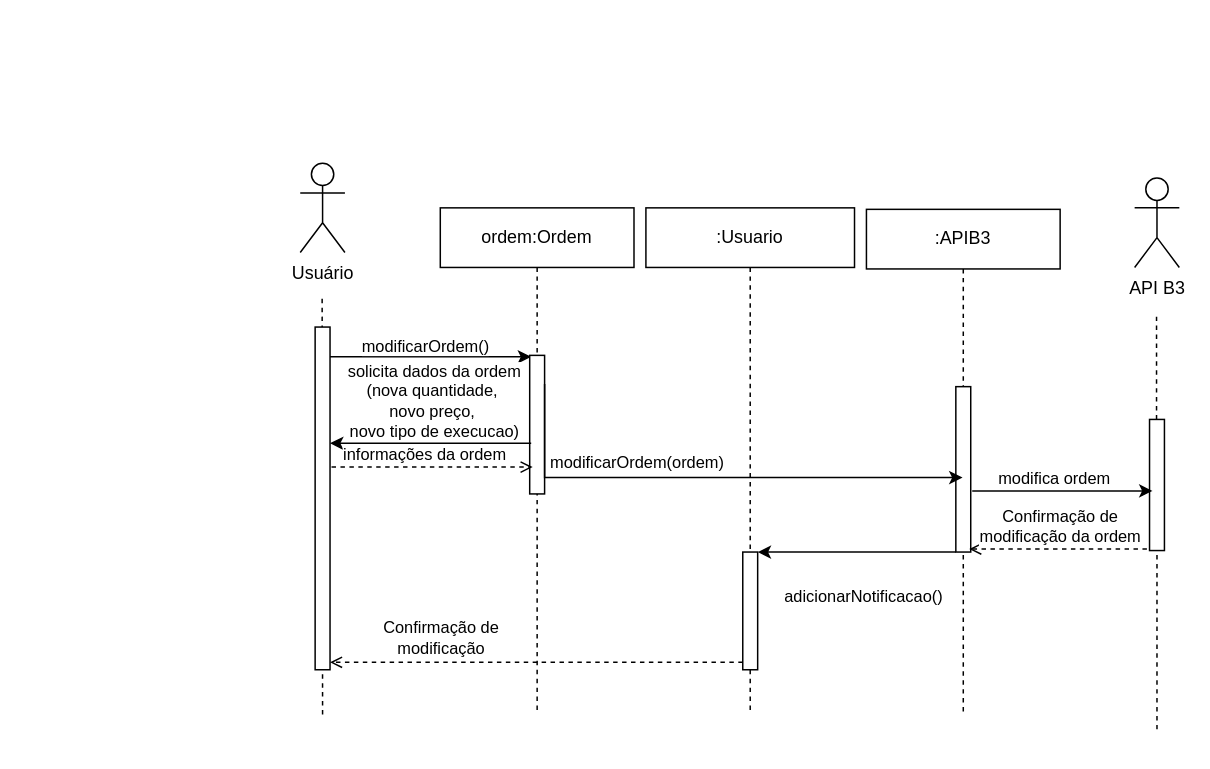
Earlier version of the draw.io diagram diagrama_sequencia/Diagrama_Sequencia_UC10.drawio (gb-cs-rt/home_broker). Source tidied: cells renumbered, new cells numbered last; positions are measured from the earlier drawing's top-left corner, leaving out a move shared by most shapes. Both pictures are drawn from the tidied source at 149%, with x=0, y=0 at pixel (299, 162).
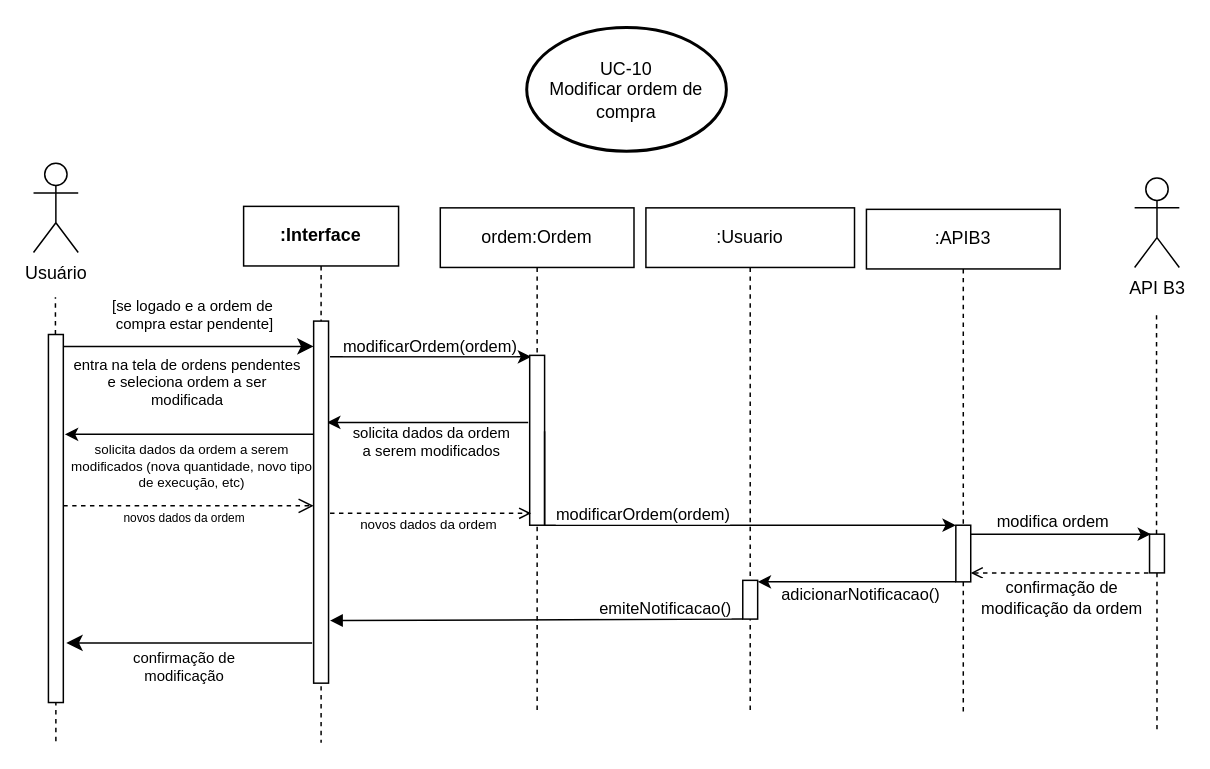
After the change.

Unchanged cells that the change refers to:
```xml
<mxCell id="4" style="edgeStyle=orthogonalEdgeStyle;rounded=0;orthogonalLoop=1;jettySize=auto;html=1;curved=0;" parent="1" edge="1">
  <mxGeometry relative="1" as="geometry">
    <mxPoint x="20" y="130" as="sourcePoint" />
    <mxPoint x="155" y="130" as="targetPoint" />
  </mxGeometry>
</mxCell>
<mxCell id="7" value=":Usuario" style="shape=umlLifeline;perimeter=lifelinePerimeter;whiteSpace=wrap;html=1;newEdgeStyle={&quot;curved&quot;:0,&quot;rounded&quot;:0};" parent="1" vertex="1">
  <mxGeometry x="232" y="30" width="140" height="340" as="geometry" />
</mxCell>
<mxCell id="9" value=":APIB3" style="shape=umlLifeline;perimeter=lifelinePerimeter;whiteSpace=wrap;html=1;outlineConnect=0;portConstraint=eastwest;newEdgeStyle={&quot;curved&quot;:0,&quot;rounded&quot;:0};" parent="1" vertex="1">
  <mxGeometry x="380" y="31" width="130" height="339" as="geometry" />
</mxCell>
<mxCell id="13" value="ordem:Ordem" style="shape=umlLifeline;perimeter=lifelinePerimeter;whiteSpace=wrap;html=1;newEdgeStyle={&quot;curved&quot;:0,&quot;rounded&quot;:0};" parent="1" vertex="1">
  <mxGeometry x="94" y="30" width="130" height="340" as="geometry" />
</mxCell>
```

What changed in the source:
```diff
@@
     <mxCell id="2" value="Usuário" style="shape=umlActor;verticalLabelPosition=bottom;verticalAlign=top;html=1;" parent="1" vertex="1">
-      <mxGeometry width="30" height="60" as="geometry" />
+      <mxGeometry x="-179" width="30" height="60" as="geometry" />
     </mxCell>
-    <mxCell id="3" style="endArrow=none;dashed=1;html=1;rounded=0;" parent="1" edge="1">
+    <mxCell id="3" style="endArrow=none;dashed=1;html=1;rounded=0;" parent="1" edge="1" source="6">
       <mxGeometry relative="1" as="geometry">
-        <mxPoint x="15" y="370" as="sourcePoint" />
-        <mxPoint x="14.7" y="90" as="targetPoint" />
+        <mxPoint x="-164.3" y="90" as="targetPoint" />
       </mxGeometry>
     </mxCell>
@@
-    <mxCell id="5" value="modificarOrdem()" style="edgeLabel;html=1;align=center;verticalAlign=middle;" parent="4" vertex="1">
+    <mxCell id="5" value="modificarOrdem(ordem)" style="edgeLabel;html=1;align=center;verticalAlign=middle;" parent="4" vertex="1">
       <mxGeometry x="-0.13" y="1" relative="1" as="geometry">
-        <mxPoint x="4" y="-7" as="offset" />
+        <mxPoint x="7" y="-7" as="offset" />
       </mxGeometry>
     </mxCell>
-    <mxCell id="6" style="html=1;points=[[0,0,0,0,5],[0,1,0,0,-5],[1,0,0,0,5],[1,1,0,0,-5]];perimeter=orthogonalPerimeter;outlineConnect=0;targetShapes=umlLifeline;portConstraint=eastwest;newEdgeStyle={&quot;curved&quot;:0,&quot;rounded&quot;:0};" parent="1" vertex="1">
-      <mxGeometry x="10" y="110" width="10" height="230" as="geometry" />
-    </mxCell>
@@
     <mxCell id="8" style="html=1;points=[[0,0,0,0,5],[0,1,0,0,-5],[1,0,0,0,5],[1,1,0,0,-5]];perimeter=orthogonalPerimeter;outlineConnect=0;targetShapes=umlLifeline;portConstraint=eastwest;newEdgeStyle={&quot;curved&quot;:0,&quot;rounded&quot;:0};" parent="7" vertex="1">
-      <mxGeometry x="65" y="231" width="10" height="79" as="geometry" />
+      <mxGeometry x="65" y="250" width="10" height="26" as="geometry" />
     </mxCell>
@@
     <mxCell id="10" style="html=1;points=[[0,0,0,0,5],[0,1,0,0,-5],[1,0,0,0,5],[1,1,0,0,-5]];perimeter=orthogonalPerimeter;outlineConnect=0;targetShapes=umlLifeline;portConstraint=eastwest;newEdgeStyle={&quot;curved&quot;:0,&quot;rounded&quot;:0};" parent="9" vertex="1">
-      <mxGeometry x="60" y="119" width="10" height="111" as="geometry" />
+      <mxGeometry x="60" y="212" width="10" height="38" as="geometry" />
     </mxCell>
-    <mxCell id="11" style="edgeStyle=none;jettySize=auto;html=1;rounded=0;dashed=1;startArrow=none;startFill=0;endArrow=open;endFill=0;exitX=0;exitY=1;exitDx=0;exitDy=-5;exitPerimeter=0;" parent="1" edge="1" source="8" target="6">
-      <mxGeometry relative="1" as="geometry" />
-    </mxCell>
-    <mxCell id="12" value="Confirmação de&amp;nbsp;&lt;div&gt;modificação&amp;nbsp;&lt;/div&gt;" style="edgeLabel;html=1;align=center;verticalAlign=middle;" parent="11" vertex="1">
-      <mxGeometry x="-0.16" y="1" relative="1" as="geometry">
-        <mxPoint x="-86" y="-18" as="offset" />
-      </mxGeometry>
-    </mxCell>
@@
     <mxCell id="14" style="html=1;perimeter=orthogonalPerimeter;targetShapes=umlLifeline;newEdgeStyle={&quot;curved&quot;:0,&quot;rounded&quot;:0};" parent="13" vertex="1">
-      <mxGeometry x="60" y="99" width="10" height="93" as="geometry" />
+      <mxGeometry x="60" y="99" width="10" height="114" as="geometry" />
     </mxCell>
-    <mxCell id="15" style="endArrow=classic;html=1;rounded=0;" parent="1" edge="1" source="10" target="8">
-      <mxGeometry relative="1" as="geometry" />
+    <mxCell id="15" style="endArrow=classic;html=1;rounded=0;" parent="1" edge="1">
+      <mxGeometry relative="1" as="geometry">
+        <mxPoint x="440" y="281" as="sourcePoint" />
+        <mxPoint x="307" y="281" as="targetPoint" />
+      </mxGeometry>
     </mxCell>
     <mxCell id="16" value="adicionarNotificacao()" style="edgeLabel;html=1;align=center;verticalAlign=middle;" parent="15" vertex="1">
       <mxGeometry x="0.33" y="-2" relative="1" as="geometry">
-        <mxPoint x="25" y="31" as="offset" />
+        <mxPoint x="23" y="10" as="offset" />
       </mxGeometry>
     </mxCell>
-    <mxCell id="17" style="edgeStyle=orthogonalEdgeStyle;rounded=0;jettySize=auto;html=1;curved=0;exitX=1;exitY=1;exitDx=0;exitDy=0;exitPerimeter=0;" parent="1" edge="1" target="9">
+    <mxCell id="17" style="edgeStyle=orthogonalEdgeStyle;rounded=0;orthogonalLoop=1;jettySize=auto;html=1;curved=0;exitX=1;exitY=1;exitDx=0;exitDy=0;exitPerimeter=0;" parent="1" edge="1">
       <mxGeometry relative="1" as="geometry">
-        <mxPoint x="164" y="148.2" as="sourcePoint" />
+        <mxPoint x="164" y="180" as="sourcePoint" />
+        <mxPoint x="440" y="243" as="targetPoint" />
         <Array as="points">
-          <mxPoint x="164" y="211" />
+          <mxPoint x="164" y="243" />
         </Array>
       </mxGeometry>
     </mxCell>
     <mxCell id="18" value="modificarOrdem(ordem)" style="edgeLabel;html=1;align=center;verticalAlign=middle;" parent="17" vertex="1">
       <mxGeometry x="-0.13" y="1" relative="1" as="geometry">
-        <mxPoint x="-25" y="-10" as="offset" />
+        <mxPoint x="-19" y="-7" as="offset" />
       </mxGeometry>
     </mxCell>
@@
     <mxCell id="22" style="html=1;points=[[0,0,0,0,5],[0,1,0,0,-5],[1,0,0,0,5],[1,1,0,0,-5]];perimeter=orthogonalPerimeter;outlineConnect=0;targetShapes=umlLifeline;portConstraint=eastwest;newEdgeStyle={&quot;curved&quot;:0,&quot;rounded&quot;:0};" parent="1" vertex="1">
-      <mxGeometry x="570" y="172" width="10" height="88" as="geometry" />
+      <mxGeometry x="570" y="249" width="10" height="26" as="geometry" />
     </mxCell>
     <mxCell id="23" style="endArrow=classic;html=1;rounded=0;" parent="1" edge="1">
       <mxGeometry relative="1" as="geometry">
-        <mxPoint x="451" y="220" as="sourcePoint" />
-        <mxPoint x="572" y="220" as="targetPoint" />
+        <mxPoint x="450" y="249" as="sourcePoint" />
+        <mxPoint x="571" y="249" as="targetPoint" />
       </mxGeometry>
     </mxCell>
@@
     <mxCell id="25" style="endArrow=none;html=1;rounded=0;startArrow=open;startFill=0;endFill=0;dashed=1;" parent="1" edge="1">
       <mxGeometry relative="1" as="geometry">
-        <mxPoint x="449" y="259" as="sourcePoint" />
-        <mxPoint x="570" y="259" as="targetPoint" />
+        <mxPoint x="450" y="275" as="sourcePoint" />
+        <mxPoint x="571" y="275" as="targetPoint" />
       </mxGeometry>
     </mxCell>
-    <mxCell id="26" value="Confirmação de&lt;div&gt;modificação da ordem&lt;/div&gt;" style="edgeLabel;html=1;align=center;verticalAlign=middle;" parent="25" vertex="1">
+    <mxCell id="26" value="confirmação de&lt;div&gt;modificação da ordem&lt;/div&gt;" style="edgeLabel;html=1;align=center;verticalAlign=middle;" parent="25" vertex="1">
       <mxGeometry x="-0.44" relative="1" as="geometry">
-        <mxPoint x="26" y="-16" as="offset" />
+        <mxPoint x="26" y="16" as="offset" />
       </mxGeometry>
     </mxCell>
     <mxCell id="27" style="edgeStyle=orthogonalEdgeStyle;rounded=0;orthogonalLoop=1;jettySize=auto;html=1;curved=0;startArrow=classic;startFill=1;endArrow=none;endFill=0;" parent="1" edge="1">
       <mxGeometry relative="1" as="geometry">
-        <mxPoint x="20" y="188" as="sourcePoint" />
-        <mxPoint x="155" y="188" as="targetPoint" />
+        <mxPoint x="18" y="174" as="sourcePoint" />
+        <mxPoint x="153" y="174" as="targetPoint" />
       </mxGeometry>
     </mxCell>
-    <mxCell id="28" value="solicita dados da ordem&lt;div&gt;(nova quantidade,&amp;nbsp;&lt;/div&gt;&lt;div&gt;novo preço,&amp;nbsp;&lt;/div&gt;&lt;div&gt;novo tipo de execucao)&lt;/div&gt;" style="edgeLabel;html=1;align=center;verticalAlign=middle;" parent="27" vertex="1">
+    <mxCell id="28" value="solicita dados da ordem&lt;div style=&quot;font-size: 10px;&quot;&gt;a serem modificados&lt;/div&gt;" style="edgeLabel;html=1;align=center;verticalAlign=middle;fontSize=10;" parent="27" vertex="1">
       <mxGeometry x="-0.13" y="1" relative="1" as="geometry">
-        <mxPoint x="10" y="-28" as="offset" />
+        <mxPoint x="10" y="13" as="offset" />
       </mxGeometry>
     </mxCell>
     <mxCell id="29" style="edgeStyle=orthogonalEdgeStyle;rounded=0;orthogonalLoop=1;jettySize=auto;html=1;curved=0;startArrow=none;startFill=0;endArrow=open;endFill=0;dashed=1;" parent="1" edge="1">
       <mxGeometry relative="1" as="geometry">
-        <mxPoint x="21" y="204" as="sourcePoint" />
-        <mxPoint x="156" y="204" as="targetPoint" />
+        <mxPoint x="20" y="235" as="sourcePoint" />
+        <mxPoint x="155" y="235" as="targetPoint" />
       </mxGeometry>
     </mxCell>
-    <mxCell id="30" value="informações da ordem&amp;nbsp;" style="edgeLabel;html=1;align=center;verticalAlign=middle;" parent="29" vertex="1">
+    <mxCell id="30" value="novos dados da ordem" style="edgeLabel;html=1;align=center;verticalAlign=middle;fontSize=9;" parent="29" vertex="1">
       <mxGeometry x="-0.13" y="1" relative="1" as="geometry">
-        <mxPoint x="4" y="-8" as="offset" />
+        <mxPoint x="6" y="8" as="offset" />
       </mxGeometry>
     </mxCell>
+    <mxCell id="31" style="endArrow=none;dashed=1;html=1;rounded=0;" parent="1" edge="1" target="6">
+      <mxGeometry relative="1" as="geometry">
+        <mxPoint x="-164" y="388" as="sourcePoint" />
+      </mxGeometry>
+    </mxCell>
+    <mxCell id="6" style="html=1;points=[[0,0,0,0,5],[0,1,0,0,-5],[1,0,0,0,5],[1,1,0,0,-5]];perimeter=orthogonalPerimeter;outlineConnect=0;targetShapes=umlLifeline;portConstraint=eastwest;newEdgeStyle={&quot;curved&quot;:0,&quot;rounded&quot;:0};" parent="1" vertex="1">
+      <mxGeometry x="-169" y="115" width="10" height="247" as="geometry" />
+    </mxCell>
+    <mxCell id="32" value="&lt;b&gt;:Interface&lt;/b&gt;" style="shape=umlLifeline;perimeter=lifelinePerimeter;whiteSpace=wrap;html=1;newEdgeStyle={&quot;edgeStyle&quot;:&quot;elbowEdgeStyle&quot;,&quot;elbow&quot;:&quot;vertical&quot;,&quot;curved&quot;:0,&quot;rounded&quot;:0};" parent="1" vertex="1">
+      <mxGeometry x="-38" y="29" width="104" height="360" as="geometry" />
+    </mxCell>
+    <mxCell id="33" style="html=1;points=[];perimeter=orthogonalPerimeter;outlineConnect=0;targetShapes=umlLifeline;portConstraint=eastwest;newEdgeStyle={&quot;edgeStyle&quot;:&quot;elbowEdgeStyle&quot;,&quot;elbow&quot;:&quot;vertical&quot;,&quot;curved&quot;:0,&quot;rounded&quot;:0};" parent="32" vertex="1">
+      <mxGeometry x="47" y="77" width="10" height="243" as="geometry" />
+    </mxCell>
+    <mxCell id="34" value="[se logado e a ordem de&amp;nbsp;&lt;div style=&quot;font-size: 10px;&quot;&gt;compra estar pendente]&lt;/div&gt;" style="text;html=1;align=center;verticalAlign=middle;strokeColor=none;fillColor=none;fontSize=10;" parent="1" vertex="1">
+      <mxGeometry x="-136" y="84" width="129" height="36" as="geometry" />
+    </mxCell>
+    <mxCell id="35" style="endArrow=classic;html=1;rounded=0;fontSize=12;startSize=8;endSize=8;curved=1;" parent="1" edge="1" target="33">
+      <mxGeometry relative="1" as="geometry">
+        <mxPoint x="-159" y="123" as="sourcePoint" />
+      </mxGeometry>
+    </mxCell>
+    <mxCell id="36" value="entra na tela de ordens pendentes&lt;div style=&quot;font-size: 10px;&quot;&gt;e seleciona ordem a ser&lt;/div&gt;&lt;div style=&quot;font-size: 10px;&quot;&gt;modificada&lt;/div&gt;" style="edgeLabel;html=1;align=center;verticalAlign=middle;fontSize=10;" parent="35" vertex="1">
+      <mxGeometry x="-0.05" y="-2" relative="1" as="geometry">
+        <mxPoint x="2" y="21" as="offset" />
+      </mxGeometry>
+    </mxCell>
+    <mxCell id="37" style="edgeStyle=orthogonalEdgeStyle;rounded=0;orthogonalLoop=1;jettySize=auto;html=1;curved=0;startArrow=classic;startFill=1;endArrow=none;endFill=0;" parent="1" edge="1">
+      <mxGeometry relative="1" as="geometry">
+        <mxPoint x="-158" y="182" as="sourcePoint" />
+        <mxPoint x="9" y="182" as="targetPoint" />
+      </mxGeometry>
+    </mxCell>
+    <mxCell id="38" value="solicita dados da ordem a serem&lt;div&gt;modificados (nova quantidade, novo tipo&lt;/div&gt;&lt;div&gt;de execução, etc)&lt;/div&gt;" style="edgeLabel;html=1;align=center;verticalAlign=middle;fontSize=9;" parent="37" vertex="1">
+      <mxGeometry x="-0.13" y="1" relative="1" as="geometry">
+        <mxPoint x="11" y="22" as="offset" />
+      </mxGeometry>
+    </mxCell>
+    <mxCell id="39" style="endArrow=open;html=1;rounded=0;fontSize=12;startSize=8;endSize=8;curved=1;endFill=0;dashed=1;" parent="1" edge="1">
+      <mxGeometry relative="1" as="geometry">
+        <mxPoint x="-159" y="230" as="sourcePoint" />
+        <mxPoint x="9" y="230" as="targetPoint" />
+      </mxGeometry>
+    </mxCell>
+    <mxCell id="40" value="novos dados da ordem" style="edgeLabel;html=1;align=center;verticalAlign=middle;fontSize=8;" parent="39" vertex="1">
+      <mxGeometry x="-0.17" y="-1" relative="1" as="geometry">
+        <mxPoint x="10" y="6" as="offset" />
+      </mxGeometry>
+    </mxCell>
+    <mxCell id="11" style="edgeStyle=none;orthogonalLoop=1;jettySize=auto;html=1;rounded=0;startArrow=none;startFill=0;endArrow=block;endFill=1;exitX=0;exitY=1;exitDx=0;exitDy=-5;exitPerimeter=0;" parent="1" edge="1">
+      <mxGeometry relative="1" as="geometry">
+        <mxPoint x="297" y="306" as="sourcePoint" />
+        <mxPoint x="20" y="307" as="targetPoint" />
+      </mxGeometry>
+    </mxCell>
+    <mxCell id="12" value="emiteNotificacao()" style="edgeLabel;html=1;align=center;verticalAlign=middle;" parent="11" vertex="1">
+      <mxGeometry x="-0.16" y="1" relative="1" as="geometry">
+        <mxPoint x="63" y="-9" as="offset" />
+      </mxGeometry>
+    </mxCell>
+    <mxCell id="41" style="endArrow=classic;html=1;rounded=0;fontSize=12;startSize=8;endSize=8;curved=1;" parent="1" edge="1">
+      <mxGeometry relative="1" as="geometry">
+        <mxPoint x="8" y="322" as="sourcePoint" />
+        <mxPoint x="-157" y="322" as="targetPoint" />
+      </mxGeometry>
+    </mxCell>
+    <mxCell id="42" value="confirmação de&lt;div style=&quot;font-size: 10px;&quot;&gt;modificação&lt;/div&gt;" style="edgeLabel;html=1;align=center;verticalAlign=middle;fontSize=10;" parent="41" vertex="1">
+      <mxGeometry x="0.11" y="-1" relative="1" as="geometry">
+        <mxPoint x="5" y="16" as="offset" />
+      </mxGeometry>
+    </mxCell>
+    <mxCell id="43" value="UC-10&lt;div&gt;Modificar ordem de&lt;/div&gt;&lt;div&gt;compra&lt;/div&gt;" style="strokeWidth=2;html=1;shape=mxgraph.flowchart.start_1;whiteSpace=wrap;" parent="1" vertex="1">
+      <mxGeometry x="152" y="-91" width="134" height="83" as="geometry" />
+    </mxCell>
```
